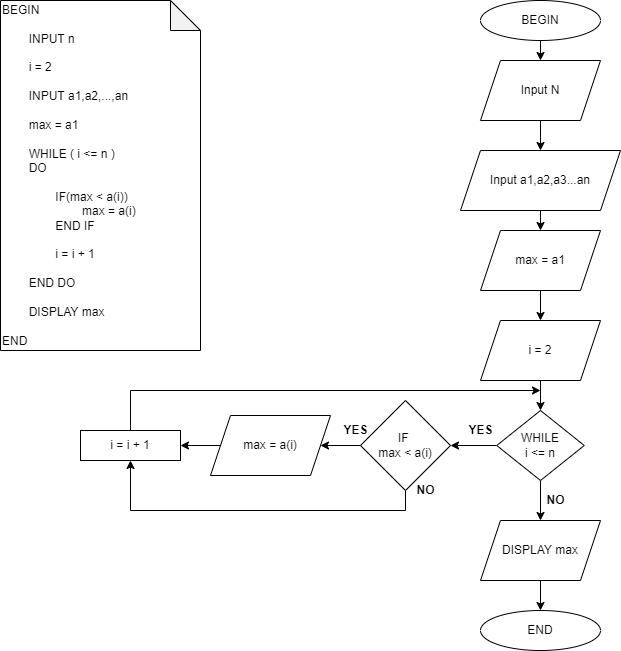
NguyenQuangHuu/C1221G1-NguyenQuangHuu keeps this draw.io diagram as C1221G1-NguyenQuangHuu/module1/ss3_pseudo_code_&_flowchart/bai_tap/BaiTap4.png. Above is the earlier version. Source tidied: cells renumbered, new cells last; positions are measured from the earlier drawing's top-left corner, leaving out a move shared by most shapes.
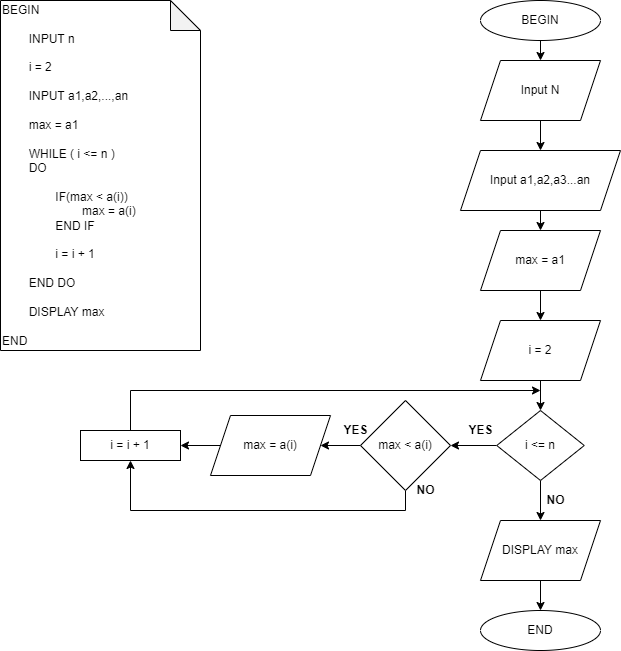
Later version of the same file.

Diff of the diagram source:
```diff
@@ -48,7 +48,7 @@
     <mxCell id="15" style="edgeStyle=orthogonalEdgeStyle;rounded=0;jettySize=auto;html=1;exitX=0.5;exitY=1;exitDx=0;exitDy=0;entryX=0.5;entryY=0;entryDx=0;entryDy=0;" parent="1" edge="1" source="16" target="22">
       <mxGeometry relative="1" as="geometry" />
     </mxCell>
-    <mxCell id="16" value="WHILE&lt;br&gt;i &amp;lt;= n" style="rhombus;whiteSpace=wrap;html=1;" parent="1" vertex="1">
+    <mxCell id="16" value="i &amp;lt;= n" style="rhombus;whiteSpace=wrap;html=1;" parent="1" vertex="1">
       <mxGeometry x="496.2" y="410" width="87.5" height="70" as="geometry" />
     </mxCell>
     <mxCell id="17" style="edgeStyle=orthogonalEdgeStyle;rounded=0;jettySize=auto;html=1;exitX=0;exitY=0.5;exitDx=0;exitDy=0;entryX=1;entryY=0.5;entryDx=0;entryDy=0;" parent="1" edge="1" source="19" target="28">
@@ -57,7 +57,7 @@
     <mxCell id="18" style="edgeStyle=orthogonalEdgeStyle;rounded=0;jettySize=auto;html=1;exitX=0.5;exitY=1;exitDx=0;exitDy=0;entryX=0.5;entryY=1;entryDx=0;entryDy=0;" parent="1" edge="1" source="19" target="24">
       <mxGeometry relative="1" as="geometry" />
     </mxCell>
-    <mxCell id="19" value="IF &lt;br&gt;max &amp;lt; a(i)" style="rhombus;whiteSpace=wrap;html=1;" parent="1" vertex="1">
+    <mxCell id="19" value="max &amp;lt; a(i)" style="rhombus;whiteSpace=wrap;html=1;" parent="1" vertex="1">
       <mxGeometry x="360" y="400" width="90" height="90" as="geometry" />
     </mxCell>
     <mxCell id="20" value="&lt;b&gt;NO&lt;/b&gt;" style="text;html=1;align=center;verticalAlign=middle;strokeColor=none;fillColor=none;" parent="1" vertex="1">
```
